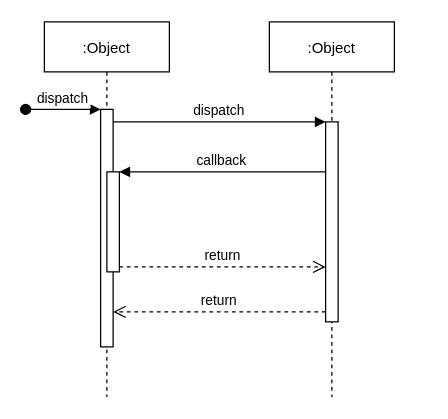
Earlier version of the draw.io diagram hotel-management-interaction-diagram.drawio (syndaez/hotel-management). Source tidied: cells renumbered, new cells numbered last; positions are measured from the earlier drawing's top-left corner, leaving out a move shared by most shapes. Both pictures are drawn from the tidied source at 125%, with x=0, y=0 at pixel (25, 21).
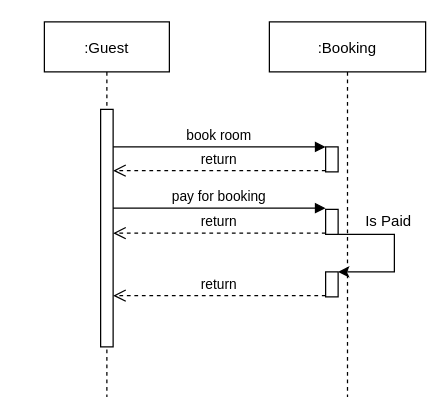
After the change.

What changed in the source:
```diff
@@
 <mxGraphModel>
   <root>
     <mxCell id="0" />
     <mxCell id="1" parent="0" />
-    <mxCell id="2" value=":Object" style="shape=umlLifeline;perimeter=lifelinePerimeter;rounded=0;shadow=0;strokeWidth=1;" parent="1" vertex="1">
+    <mxCell id="2" value=":Guest" style="shape=umlLifeline;perimeter=lifelinePerimeter;rounded=0;shadow=0;strokeWidth=1;" parent="1" vertex="1">
       <mxGeometry x="15" width="100" height="300" as="geometry" />
     </mxCell>
     <mxCell id="3" style="points=[];perimeter=orthogonalPerimeter;rounded=0;shadow=0;strokeWidth=1;" parent="2" vertex="1">
       <mxGeometry x="45" y="70" width="10" height="190" as="geometry" />
     </mxCell>
-    <mxCell id="4" value="dispatch" style="verticalAlign=bottom;startArrow=oval;endArrow=block;startSize=8;shadow=0;strokeWidth=1;" parent="2" edge="1" target="3">
-      <mxGeometry relative="1" as="geometry">
-        <mxPoint x="-15" y="70" as="sourcePoint" />
-      </mxGeometry>
-    </mxCell>
-    <mxCell id="5" style="points=[];perimeter=orthogonalPerimeter;rounded=0;shadow=0;strokeWidth=1;" parent="2" vertex="1">
-      <mxGeometry x="50" y="120" width="10" height="80" as="geometry" />
-    </mxCell>
+    <mxCell id="12" value="pay for booking" style="verticalAlign=bottom;endArrow=block;entryX=0;entryY=0;shadow=0;strokeWidth=1;" parent="2" edge="1">
+      <mxGeometry relative="1" as="geometry">
+        <mxPoint x="55" y="149" as="sourcePoint" />
+        <mxPoint x="225" y="149" as="targetPoint" />
+      </mxGeometry>
+    </mxCell>
-    <mxCell id="6" value=":Object" style="shape=umlLifeline;perimeter=lifelinePerimeter;rounded=0;shadow=0;strokeWidth=1;" parent="1" vertex="1">
-      <mxGeometry x="195" width="100" height="300" as="geometry" />
+    <mxCell id="6" value=":Booking" style="shape=umlLifeline;perimeter=lifelinePerimeter;rounded=0;shadow=0;strokeWidth=1;" parent="1" vertex="1">
+      <mxGeometry x="195" width="125" height="300" as="geometry" />
     </mxCell>
     <mxCell id="7" style="points=[];perimeter=orthogonalPerimeter;rounded=0;shadow=0;strokeWidth=1;" parent="6" vertex="1">
-      <mxGeometry x="45" y="80" width="10" height="160" as="geometry" />
+      <mxGeometry x="45" y="100" width="10" height="20" as="geometry" />
     </mxCell>
+    <mxCell id="13" style="edgeStyle=orthogonalEdgeStyle;rounded=0;jettySize=auto;html=1;" parent="6" edge="1" source="14" target="15">
+      <mxGeometry relative="1" as="geometry">
+        <Array as="points">
+          <mxPoint x="100" y="170" />
+          <mxPoint x="100" y="200" />
+        </Array>
+      </mxGeometry>
+    </mxCell>
+    <mxCell id="14" style="points=[];perimeter=orthogonalPerimeter;rounded=0;shadow=0;strokeWidth=1;" parent="6" vertex="1">
+      <mxGeometry x="45" y="150" width="10" height="20" as="geometry" />
+    </mxCell>
+    <mxCell id="15" style="points=[];perimeter=orthogonalPerimeter;rounded=0;shadow=0;strokeWidth=1;" parent="6" vertex="1">
+      <mxGeometry x="45" y="200" width="10" height="20" as="geometry" />
+    </mxCell>
+    <mxCell id="16" value="Is Paid" style="text;html=1;align=center;verticalAlign=middle;strokeColor=none;fillColor=none;" parent="6" vertex="1">
+      <mxGeometry x="70" y="150" width="50" height="20" as="geometry" />
+    </mxCell>
+    <mxCell id="17" value="return" style="verticalAlign=bottom;endArrow=open;dashed=1;endSize=8;exitX=0;exitY=0.95;shadow=0;strokeWidth=1;" parent="6" edge="1">
+      <mxGeometry relative="1" as="geometry">
+        <mxPoint x="45" y="169" as="sourcePoint" />
+        <mxPoint x="-125" y="169" as="targetPoint" />
+      </mxGeometry>
+    </mxCell>
+    <mxCell id="18" value="return" style="verticalAlign=bottom;endArrow=open;dashed=1;endSize=8;exitX=0;exitY=0.95;shadow=0;strokeWidth=1;" parent="6" edge="1">
+      <mxGeometry relative="1" as="geometry">
+        <mxPoint x="45" y="219" as="sourcePoint" />
+        <mxPoint x="-125" y="219" as="targetPoint" />
+      </mxGeometry>
+    </mxCell>
     <mxCell id="8" value="return" style="verticalAlign=bottom;endArrow=open;dashed=1;endSize=8;exitX=0;exitY=0.95;shadow=0;strokeWidth=1;" parent="1" edge="1" source="7" target="3">
       <mxGeometry relative="1" as="geometry" />
     </mxCell>
-    <mxCell id="9" value="dispatch" style="verticalAlign=bottom;endArrow=block;entryX=0;entryY=0;shadow=0;strokeWidth=1;" parent="1" edge="1" source="3" target="7">
+    <mxCell id="9" value="book room" style="verticalAlign=bottom;endArrow=block;entryX=0;entryY=0;shadow=0;strokeWidth=1;" parent="1" edge="1" source="3" target="7">
       <mxGeometry relative="1" as="geometry" />
     </mxCell>
-    <mxCell id="10" value="callback" style="verticalAlign=bottom;endArrow=block;entryX=1;entryY=0;shadow=0;strokeWidth=1;" parent="1" edge="1" source="7" target="5">
-      <mxGeometry relative="1" as="geometry" />
-    </mxCell>
-    <mxCell id="11" value="return" style="verticalAlign=bottom;endArrow=open;dashed=1;endSize=8;exitX=1;exitY=0.95;shadow=0;strokeWidth=1;" parent="1" edge="1" source="5" target="7">
-      <mxGeometry relative="1" as="geometry" />
-    </mxCell>
   </root>
 </mxGraphModel>
```
